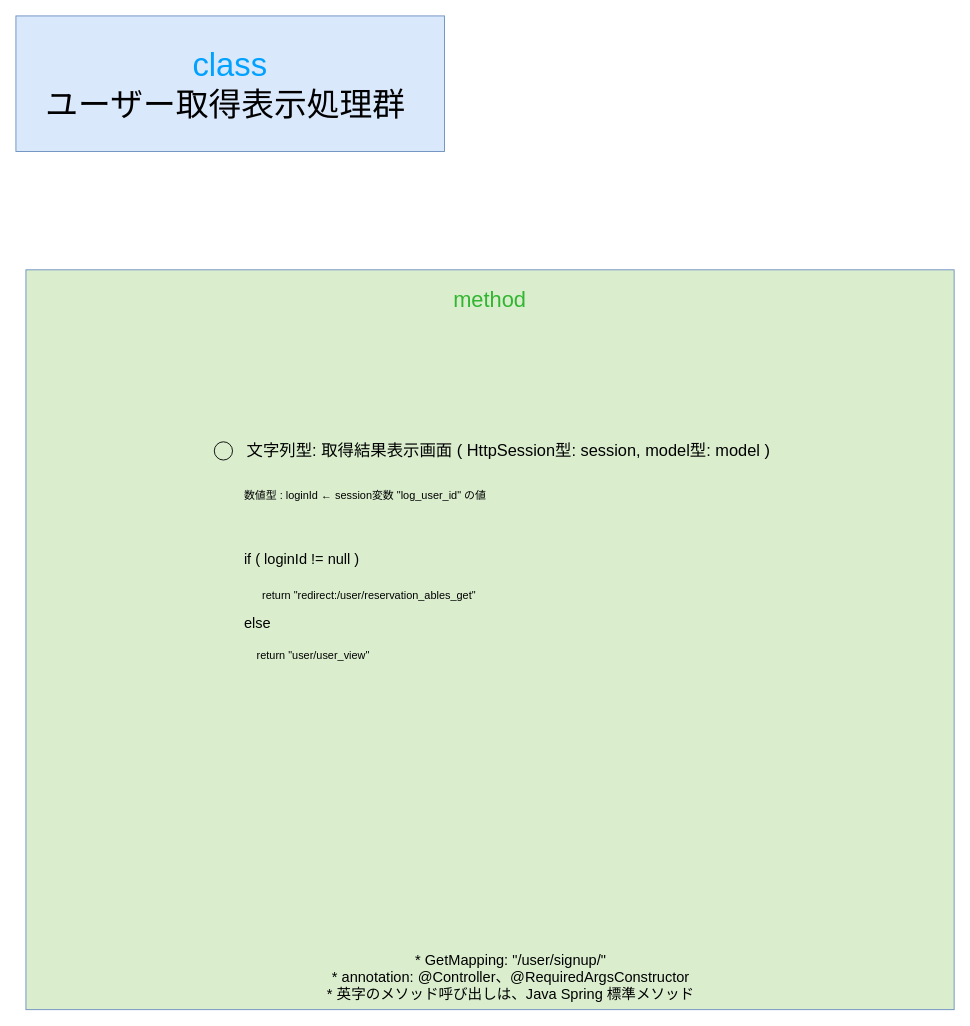
Above: gijigengo/controller/view/user/meeting_reservation_sys controller_view_user UserGetViewControllerクラス 疑似言語.drawio in tro319/meeting_reservation_system (draw.io), before the change. Source tidied: cells renumbered, new cells numbered last; positions are measured from the earlier drawing's top-left corner, leaving out a move shared by most shapes. Both pictures are drawn from the tidied source at 91%, with x=0, y=0 at pixel (15, 15).
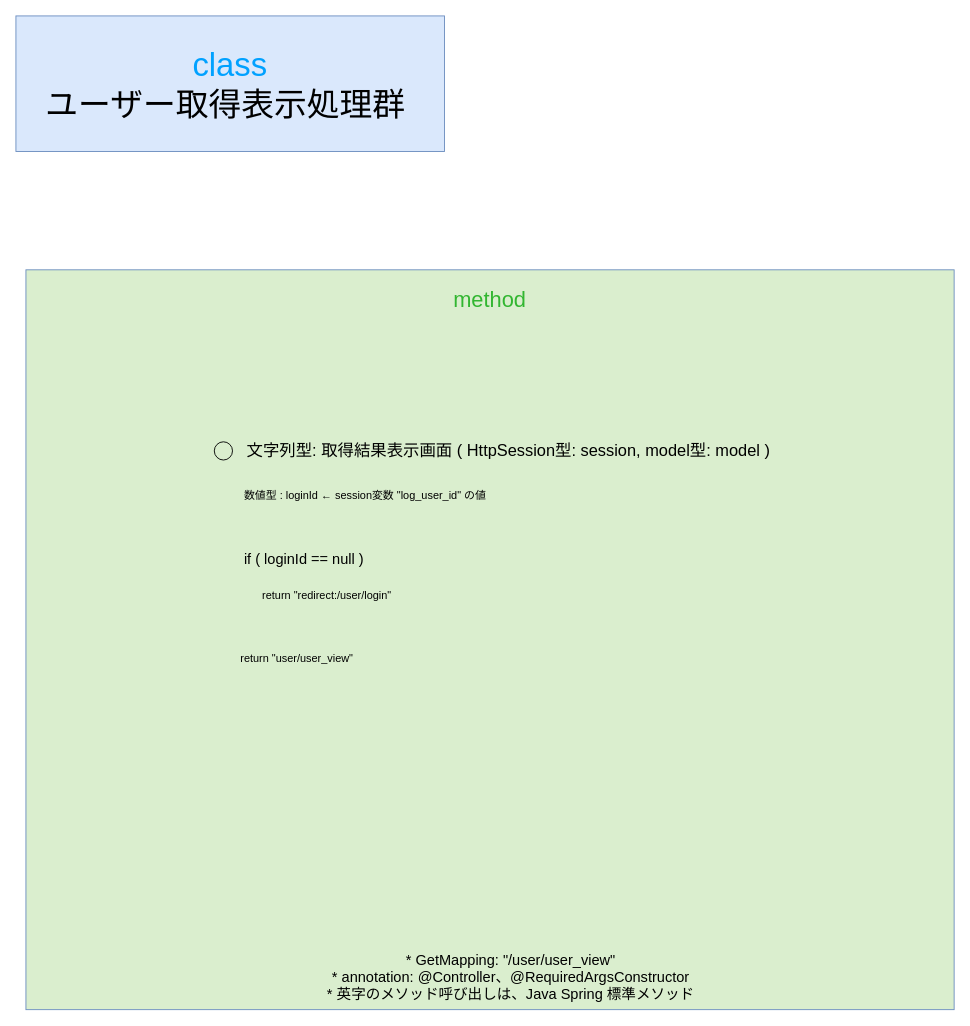
After the change.

Change to the diagram source:
```diff
@@
 <mxGraphModel>
   <root>
     <mxCell id="0" />
     <mxCell id="1" parent="0" />
     <mxCell id="2" value="&lt;div&gt;&lt;span style=&quot;color: rgb(0, 161, 255);&quot;&gt;class&lt;/span&gt;&lt;/div&gt;&lt;div&gt;ユーザー取得表示処理群&amp;nbsp;&lt;/div&gt;" style="text;html=1;whiteSpace=wrap;strokeColor=#6c8ebf;fillColor=#dae8fc;align=center;verticalAlign=middle;rounded=0;fontSize=36;" parent="1" vertex="1">
       <mxGeometry width="471" height="149" as="geometry" />
     </mxCell>
     <mxCell id="3" value="&lt;div&gt;&lt;font style=&quot;font-size: 24px;&quot;&gt;&lt;span style=&quot;color: rgb(50, 182, 49);&quot;&gt;&lt;span style=&quot;&quot;&gt;&lt;span style=&quot;&quot;&gt;&lt;span&gt;method&lt;/span&gt;&lt;/span&gt;&lt;/span&gt;&lt;/span&gt;&lt;/font&gt;&lt;/div&gt;&lt;div&gt;&lt;font style=&quot;font-size: 24px;&quot;&gt;&lt;span style=&quot;color: rgba(0, 0, 0, 0);&quot;&gt;&lt;span style=&quot;color: rgba(0, 0, 0, 0);&quot;&gt;&lt;span style=&quot;&quot;&gt;&lt;span style=&quot;&quot;&gt;&lt;br&gt;&lt;/span&gt;&lt;/span&gt;&lt;/span&gt;&lt;/span&gt;&lt;/font&gt;&lt;/div&gt;" style="text;html=1;whiteSpace=wrap;strokeColor=#6c8ebf;fillColor=light-dark(#daeece, #214210);align=center;verticalAlign=top;rounded=0;fontSize=36;fontColor=#00A1FF;" parent="1" vertex="1">
       <mxGeometry x="11" y="279" width="1020" height="813" as="geometry" />
     </mxCell>
     <mxCell id="4" value="&lt;div&gt;&lt;span style=&quot;color: rgb(0, 0, 0);&quot;&gt;&lt;font&gt;数値型 : loginId ←&amp;nbsp;&lt;/font&gt;&lt;/span&gt;&lt;span style=&quot;color: rgb(0, 0, 0);&quot;&gt;&lt;font&gt;session変数 &quot;log_user_id&quot; の値&lt;/font&gt;&lt;/span&gt;&lt;/div&gt;" style="text;html=1;whiteSpace=wrap;strokeColor=none;fillColor=none;align=left;verticalAlign=middle;rounded=0;fontSize=12;" parent="1" vertex="1">
       <mxGeometry x="249" y="512" width="590" height="30" as="geometry" />
     </mxCell>
-    <mxCell id="5" value="&lt;div&gt;&lt;span&gt;&lt;span&gt;&lt;span style=&quot;color: rgb(0, 0, 0);&quot;&gt;&lt;font style=&quot;font-size: 16px;&quot;&gt;* GetMapping: &quot;/user/signup/&quot;&lt;/font&gt;&lt;/span&gt;&lt;/span&gt;&lt;/span&gt;&lt;/div&gt;&lt;div&gt;&lt;span&gt;&lt;span&gt;&lt;span style=&quot;color: rgb(0, 0, 0);&quot;&gt;&lt;font style=&quot;font-size: 16px;&quot;&gt;* annotation: @Controller、@RequiredArgsConstructor&lt;/font&gt;&lt;/span&gt;&lt;/span&gt;&lt;/span&gt;&lt;/div&gt;&lt;div&gt;&lt;span&gt;&lt;span&gt;&lt;span style=&quot;color: rgb(0, 0, 0);&quot;&gt;&lt;font style=&quot;font-size: 16px;&quot;&gt;* 英字のメソッド呼び出しは、Java Spring 標準メソッド&lt;/font&gt;&lt;/span&gt;&lt;/span&gt;&lt;/span&gt;&lt;/div&gt;" style="text;html=1;whiteSpace=wrap;strokeColor=none;fillColor=none;align=center;verticalAlign=middle;rounded=0;" parent="1" vertex="1">
+    <mxCell id="5" value="&lt;div&gt;&lt;span&gt;&lt;span&gt;&lt;span style=&quot;color: rgb(0, 0, 0);&quot;&gt;&lt;font style=&quot;font-size: 16px;&quot;&gt;* GetMapping: &quot;/user/user_view&quot;&lt;/font&gt;&lt;/span&gt;&lt;/span&gt;&lt;/span&gt;&lt;/div&gt;&lt;div&gt;&lt;span&gt;&lt;span&gt;&lt;span style=&quot;color: rgb(0, 0, 0);&quot;&gt;&lt;font style=&quot;font-size: 16px;&quot;&gt;* annotation: @Controller、@RequiredArgsConstructor&lt;/font&gt;&lt;/span&gt;&lt;/span&gt;&lt;/span&gt;&lt;/div&gt;&lt;div&gt;&lt;span&gt;&lt;span&gt;&lt;span style=&quot;color: rgb(0, 0, 0);&quot;&gt;&lt;font style=&quot;font-size: 16px;&quot;&gt;* 英字のメソッド呼び出しは、Java Spring 標準メソッド&lt;/font&gt;&lt;/span&gt;&lt;/span&gt;&lt;/span&gt;&lt;/div&gt;" style="text;html=1;whiteSpace=wrap;strokeColor=none;fillColor=none;align=center;verticalAlign=middle;rounded=0;" parent="1" vertex="1">
       <mxGeometry x="249" y="1041" width="590" height="30" as="geometry" />
     </mxCell>
-    <mxCell id="6" value="&lt;div align=&quot;left&quot;&gt;&lt;span style=&quot;color: rgb(0, 0, 0);&quot;&gt;&lt;font style=&quot;font-size: 16px;&quot;&gt;if ( loginId != null )&amp;nbsp;&lt;/font&gt;&lt;/span&gt;&lt;/div&gt;" style="text;html=1;whiteSpace=wrap;strokeColor=none;fillColor=none;align=left;verticalAlign=middle;rounded=0;" parent="1" vertex="1">
+    <mxCell id="6" value="&lt;div align=&quot;left&quot;&gt;&lt;span style=&quot;color: rgb(0, 0, 0);&quot;&gt;&lt;font style=&quot;font-size: 16px;&quot;&gt;if ( loginId == null )&amp;nbsp;&lt;/font&gt;&lt;/span&gt;&lt;/div&gt;" style="text;html=1;whiteSpace=wrap;strokeColor=none;fillColor=none;align=left;verticalAlign=middle;rounded=0;" parent="1" vertex="1">
       <mxGeometry x="249" y="582" width="590" height="30" as="geometry" />
     </mxCell>
-    <mxCell id="7" value="return &quot;redirect:/user/reservation_ables_get&quot;" style="text;html=1;whiteSpace=wrap;strokeColor=none;fillColor=none;align=left;verticalAlign=middle;rounded=0;" parent="1" vertex="1">
+    <mxCell id="7" value="return &quot;redirect:/user/login&quot;" style="text;html=1;whiteSpace=wrap;strokeColor=none;fillColor=none;align=left;verticalAlign=middle;rounded=0;" parent="1" vertex="1">
       <mxGeometry x="269" y="622" width="590" height="30" as="geometry" />
     </mxCell>
-    <mxCell id="8" value="&lt;div align=&quot;left&quot;&gt;&lt;span style=&quot;color: rgb(0, 0, 0);&quot;&gt;&lt;font style=&quot;font-size: 16px;&quot;&gt;else&lt;/font&gt;&lt;/span&gt;&lt;/div&gt;" style="text;html=1;whiteSpace=wrap;strokeColor=none;fillColor=none;align=left;verticalAlign=middle;rounded=0;" parent="1" vertex="1">
-      <mxGeometry x="249" y="652" width="590" height="30" as="geometry" />
-    </mxCell>
     <mxCell id="9" value="return &quot;user/user_view&quot;" style="text;html=1;whiteSpace=wrap;strokeColor=none;fillColor=none;align=left;verticalAlign=middle;rounded=0;" parent="1" vertex="1">
-      <mxGeometry x="263" y="688" width="590" height="30" as="geometry" />
+      <mxGeometry x="245" y="692" width="590" height="30" as="geometry" />
     </mxCell>
     <mxCell id="10" value="&amp;nbsp; &amp;nbsp; &amp;nbsp; &amp;nbsp; &amp;nbsp; &amp;nbsp; &amp;nbsp;" style="ellipse;whiteSpace=wrap;html=1;fillColor=none;" parent="1" vertex="1">
       <mxGeometry x="218" y="468" width="20" height="20" as="geometry" />
     </mxCell>
     <mxCell id="11" value="&lt;font style=&quot;font-size: 18px;&quot;&gt;&lt;span&gt;&lt;span&gt;&lt;span style=&quot;color: rgb(0, 0, 0);&quot;&gt;&lt;font&gt;文字列型: 取得結果表示画面 ( HttpSession型: session, model型: model )&lt;/font&gt;&lt;/span&gt;&lt;/span&gt;&lt;/span&gt;&lt;/font&gt;" style="whiteSpace=wrap;html=1;fillColor=none;labelBorderColor=none;strokeColor=none;" parent="1" vertex="1">
       <mxGeometry x="249" y="463" width="585" height="30" as="geometry" />
     </mxCell>
   </root>
 </mxGraphModel>
```
